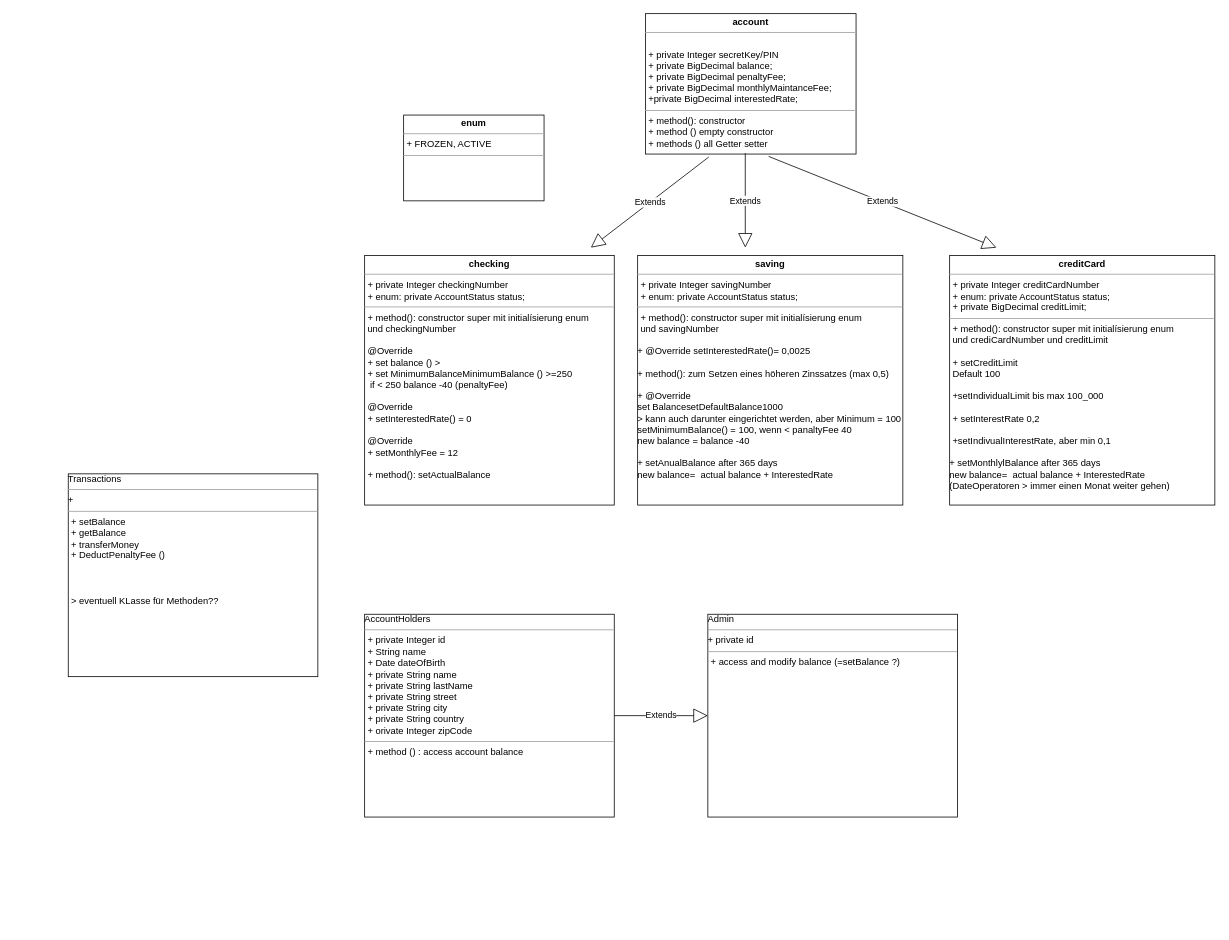
JFHI/Midterm_Bankingsystem keeps this draw.io diagram as Untitled Diagram.drawio. Above is the earlier version. Source tidied: cells renumbered, new cells numbered last; positions are measured from the earlier drawing's top-left corner, leaving out a move shared by most shapes. Both pictures are drawn from the tidied source at 78%, with x=0, y=0 at pixel (68, 13).
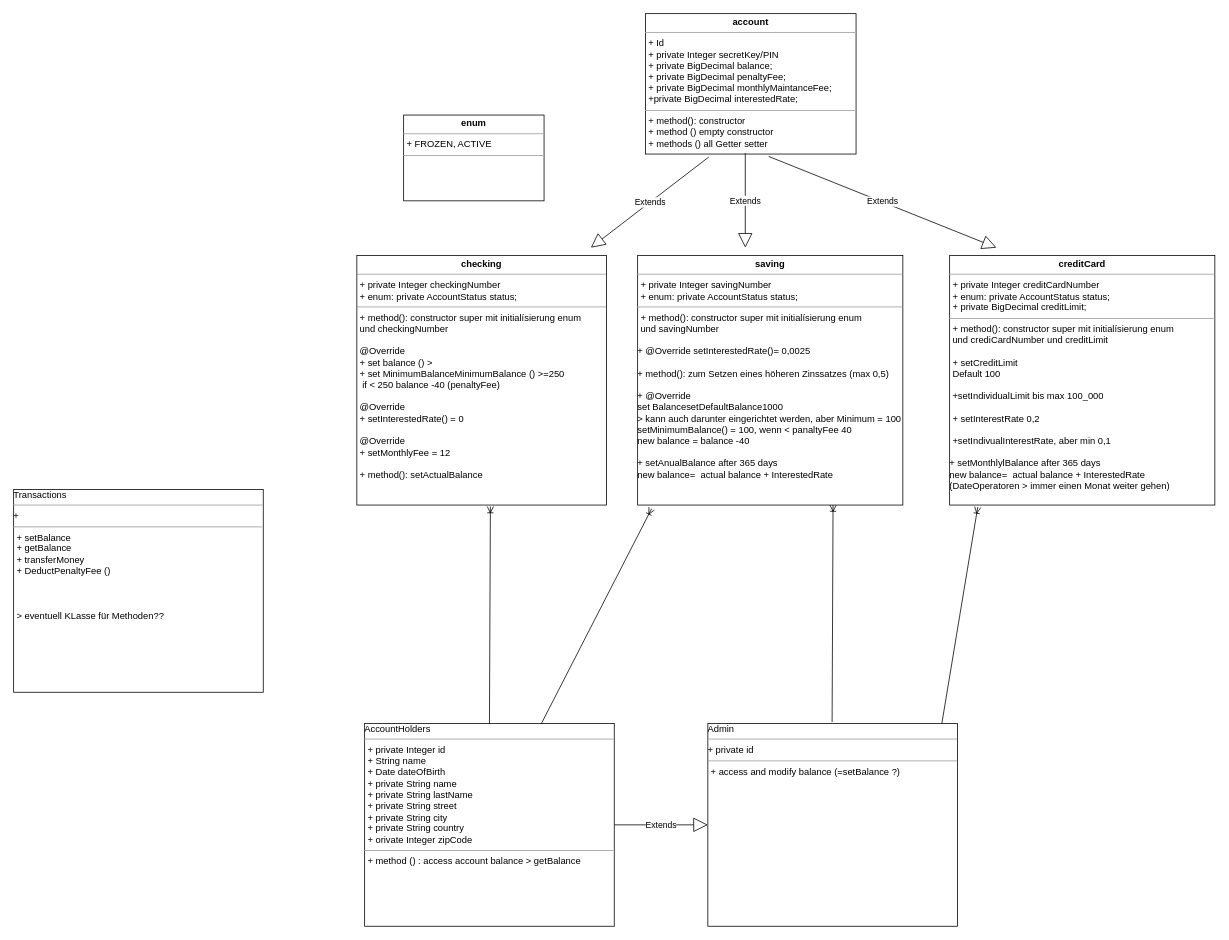
Above is the later version.

The change refers to these unchanged cells:
```xml
<mxCell id="5" value="&lt;p style=&quot;margin: 0px ; margin-top: 4px ; text-align: center&quot;&gt;&lt;b&gt;saving&lt;/b&gt;&lt;br&gt;&lt;/p&gt;&lt;hr size=&quot;1&quot;&gt;&lt;p style=&quot;margin: 0px ; margin-left: 4px&quot;&gt;+ private Integer savingNumber&lt;br&gt;&lt;/p&gt;&lt;p style=&quot;margin: 0px ; margin-left: 4px&quot;&gt;+ enum: private AccountStatus status;&lt;/p&gt;&lt;hr size=&quot;1&quot;&gt;&lt;p style=&quot;margin: 0px ; margin-left: 4px&quot;&gt;+ method(): constructor super mit initialísierung enum&lt;/p&gt;&lt;p style=&quot;margin: 0px ; margin-left: 4px&quot;&gt;und savingNumber&lt;/p&gt;&lt;p style=&quot;margin: 0px ; margin-left: 4px&quot;&gt;&lt;br&gt;&lt;/p&gt;&lt;div&gt;+ @Override setInterestedRate()= 0,0025&lt;/div&gt;&lt;div&gt;&lt;br&gt;&lt;/div&gt;&lt;div&gt;+ method(): zum Setzen eines höheren Zinssatzes (max 0,5)&lt;/div&gt;&lt;div&gt;&lt;br&gt;&lt;/div&gt;&lt;div&gt;+ @Override &lt;br&gt;&lt;/div&gt;&lt;div&gt;set BalancesetDefaultBalance1000&lt;/div&gt;&lt;div&gt;&amp;gt; kann auch darunter eingerichtet werden, aber Minimum = 100&lt;/div&gt;&lt;div&gt;setMinimumBalance() = 100, wenn &amp;lt; panaltyFee 40 &lt;br&gt;&lt;/div&gt;&lt;div&gt;new balance = balance -40&lt;/div&gt;&lt;div&gt;&lt;br&gt;&lt;/div&gt;&lt;div&gt;+ setAnualBalance after 365 days&lt;/div&gt;&lt;div&gt;new balance=&amp;nbsp; actual balance + InterestedRate&lt;br&gt;&lt;/div&gt;&lt;div&gt;&lt;br&gt;&lt;/div&gt;" style="verticalAlign=top;align=left;overflow=fill;fontSize=12;fontFamily=Helvetica;html=1;" parent="1" vertex="1">
  <mxGeometry x="730" y="310" width="340" height="320" as="geometry" />
</mxCell>
<mxCell id="6" value="&lt;p style=&quot;margin: 0px ; margin-top: 4px ; text-align: center&quot;&gt;&lt;b&gt;creditCard&lt;/b&gt;&lt;br&gt;&lt;/p&gt;&lt;hr size=&quot;1&quot;&gt;&lt;p style=&quot;margin: 0px ; margin-left: 4px&quot;&gt;+ private Integer creditCardNumber&lt;br&gt;&lt;/p&gt;&lt;p style=&quot;margin: 0px ; margin-left: 4px&quot;&gt;+ enum: private AccountStatus status;&lt;/p&gt;&lt;p style=&quot;margin: 0px ; margin-left: 4px&quot;&gt;+ private BigDecimal creditLimit;&lt;br&gt;&lt;/p&gt;&lt;hr size=&quot;1&quot;&gt;&lt;p style=&quot;margin: 0px ; margin-left: 4px&quot;&gt;+ method(): constructor super mit initialísierung enum&lt;/p&gt;&lt;p style=&quot;margin: 0px ; margin-left: 4px&quot;&gt;und crediCardNumber und creditLimit&lt;/p&gt;&lt;p style=&quot;margin: 0px ; margin-left: 4px&quot;&gt;&lt;br&gt;&lt;/p&gt;&lt;p style=&quot;margin: 0px ; margin-left: 4px&quot;&gt;+ setCreditLimit &lt;br&gt;&lt;/p&gt;&lt;p style=&quot;margin: 0px ; margin-left: 4px&quot;&gt;Default 100&lt;/p&gt;&lt;p style=&quot;margin: 0px ; margin-left: 4px&quot;&gt;&lt;br&gt;&lt;/p&gt;&lt;p style=&quot;margin: 0px ; margin-left: 4px&quot;&gt;+setIndividualLimit bis max 100_000&lt;/p&gt;&lt;p style=&quot;margin: 0px ; margin-left: 4px&quot;&gt;&lt;br&gt;&lt;/p&gt;&lt;p style=&quot;margin: 0px ; margin-left: 4px&quot;&gt;+ setInterestRate 0,2&lt;/p&gt;&lt;p style=&quot;margin: 0px ; margin-left: 4px&quot;&gt;&lt;br&gt;&lt;/p&gt;&lt;p style=&quot;margin: 0px ; margin-left: 4px&quot;&gt;+setIndivualInterestRate, aber min 0,1&lt;br&gt;&lt;/p&gt;&lt;p style=&quot;margin: 0px ; margin-left: 4px&quot;&gt;&lt;br&gt;&lt;/p&gt;&lt;div&gt;&lt;div&gt;+ setMonthlylBalance after 365 days&lt;/div&gt;new balance=&amp;nbsp; actual balance + InterestedRate&lt;/div&gt;&lt;div&gt;(DateOperatoren &amp;gt; immer einen Monat weiter gehen)&lt;br&gt;&lt;/div&gt;" style="verticalAlign=top;align=left;overflow=fill;fontSize=12;fontFamily=Helvetica;html=1;" parent="1" vertex="1">
  <mxGeometry x="1130" y="310" width="340" height="320" as="geometry" />
</mxCell>
```

The edit, as a diff of the source:
```diff
@@
-    <mxCell id="2" value="&lt;p style=&quot;margin: 0px ; margin-top: 4px ; text-align: center&quot;&gt;&lt;b&gt;account&lt;/b&gt;&lt;/p&gt;&lt;hr size=&quot;1&quot;&gt;&lt;p style=&quot;margin: 0px ; margin-left: 4px&quot;&gt;&lt;br&gt;&lt;/p&gt;&lt;p style=&quot;margin: 0px ; margin-left: 4px&quot;&gt;+ private Integer secretKey/PIN&lt;/p&gt;&lt;p style=&quot;margin: 0px ; margin-left: 4px&quot;&gt;+ private BigDecimal balance;&lt;/p&gt;&lt;p style=&quot;margin: 0px ; margin-left: 4px&quot;&gt;+ private BigDecimal penaltyFee;&lt;/p&gt;&lt;p style=&quot;margin: 0px ; margin-left: 4px&quot;&gt;+ private BigDecimal monthlyMaintanceFee;&lt;br&gt;+private BigDecimal interestedRate;&lt;/p&gt;&lt;hr size=&quot;1&quot;&gt;&lt;p style=&quot;margin: 0px ; margin-left: 4px&quot;&gt;+ method(): constructor&lt;/p&gt;&lt;p style=&quot;margin: 0px ; margin-left: 4px&quot;&gt;+ method () empty constructor&lt;/p&gt;&lt;p style=&quot;margin: 0px ; margin-left: 4px&quot;&gt;+ methods () all Getter setter&lt;/p&gt;&lt;p style=&quot;margin: 0px ; margin-left: 4px&quot;&gt;&lt;br&gt;&lt;/p&gt;&lt;p style=&quot;margin: 0px ; margin-left: 4px&quot;&gt;&lt;br&gt;&lt;/p&gt;" style="verticalAlign=top;align=left;overflow=fill;fontSize=12;fontFamily=Helvetica;html=1;" parent="1" vertex="1">
+    <mxCell id="2" value="&lt;p style=&quot;margin: 0px ; margin-top: 4px ; text-align: center&quot;&gt;&lt;b&gt;account&lt;/b&gt;&lt;/p&gt;&lt;hr size=&quot;1&quot;&gt;&lt;p style=&quot;margin: 0px ; margin-left: 4px&quot;&gt;+ Id&lt;br&gt;&lt;/p&gt;&lt;p style=&quot;margin: 0px ; margin-left: 4px&quot;&gt;+ private Integer secretKey/PIN&lt;/p&gt;&lt;p style=&quot;margin: 0px ; margin-left: 4px&quot;&gt;+ private BigDecimal balance;&lt;/p&gt;&lt;p style=&quot;margin: 0px ; margin-left: 4px&quot;&gt;+ private BigDecimal penaltyFee;&lt;/p&gt;&lt;p style=&quot;margin: 0px ; margin-left: 4px&quot;&gt;+ private BigDecimal monthlyMaintanceFee;&lt;br&gt;+private BigDecimal interestedRate;&lt;/p&gt;&lt;hr size=&quot;1&quot;&gt;&lt;p style=&quot;margin: 0px ; margin-left: 4px&quot;&gt;+ method(): constructor&lt;/p&gt;&lt;p style=&quot;margin: 0px ; margin-left: 4px&quot;&gt;+ method () empty constructor&lt;/p&gt;&lt;p style=&quot;margin: 0px ; margin-left: 4px&quot;&gt;+ methods () all Getter setter&lt;/p&gt;&lt;p style=&quot;margin: 0px ; margin-left: 4px&quot;&gt;&lt;br&gt;&lt;/p&gt;&lt;p style=&quot;margin: 0px ; margin-left: 4px&quot;&gt;&lt;br&gt;&lt;/p&gt;" style="verticalAlign=top;align=left;overflow=fill;fontSize=12;fontFamily=Helvetica;html=1;" parent="1" vertex="1">
       <mxGeometry x="740" width="270" height="180" as="geometry" />
     </mxCell>
     <mxCell id="3" value="&lt;p style=&quot;margin: 0px ; margin-top: 4px ; text-align: center&quot;&gt;&lt;b&gt;checking&lt;/b&gt;&lt;br&gt;&lt;/p&gt;&lt;hr size=&quot;1&quot;&gt;&lt;p style=&quot;margin: 0px ; margin-left: 4px&quot;&gt;+ private Integer checkingNumber&lt;br&gt;&lt;/p&gt;&lt;p style=&quot;margin: 0px ; margin-left: 4px&quot;&gt;+ enum: private AccountStatus status;&lt;/p&gt;&lt;hr size=&quot;1&quot;&gt;&lt;p style=&quot;margin: 0px ; margin-left: 4px&quot;&gt;+ method(): constructor super mit initialísierung enum &lt;br&gt;&lt;/p&gt;&lt;p style=&quot;margin: 0px ; margin-left: 4px&quot;&gt;und checkingNumber&lt;br&gt;&lt;/p&gt;&lt;p style=&quot;margin: 0px ; margin-left: 4px&quot;&gt;&lt;br&gt;&lt;/p&gt;&lt;p style=&quot;margin: 0px ; margin-left: 4px&quot;&gt;@Override&lt;br&gt;&lt;/p&gt;&lt;p style=&quot;margin: 0px ; margin-left: 4px&quot;&gt;+ set balance () &amp;gt;&amp;nbsp; &lt;br&gt;&lt;/p&gt;&lt;p style=&quot;margin: 0px ; margin-left: 4px&quot;&gt;+ set MinimumBalanceMinimumBalance () &amp;gt;=250&lt;/p&gt;&lt;p style=&quot;margin: 0px ; margin-left: 4px&quot;&gt;&lt;span style=&quot;white-space: pre&quot;&gt; &lt;/span&gt;if &amp;lt; 250 balance -40 (penaltyFee)&lt;br&gt;&lt;/p&gt;&lt;p style=&quot;margin: 0px ; margin-left: 4px&quot;&gt;&lt;br&gt;&lt;/p&gt;&lt;p style=&quot;margin: 0px ; margin-left: 4px&quot;&gt;@Override&lt;br&gt;&lt;/p&gt;&lt;p style=&quot;margin: 0px ; margin-left: 4px&quot;&gt;+ setInterestedRate() = 0&lt;/p&gt;&lt;p style=&quot;margin: 0px ; margin-left: 4px&quot;&gt;&lt;br&gt;&lt;/p&gt;&lt;p style=&quot;margin: 0px ; margin-left: 4px&quot;&gt;@Override&lt;/p&gt;&lt;p style=&quot;margin: 0px ; margin-left: 4px&quot;&gt;+ setMonthlyFee = 12&lt;/p&gt;&lt;p style=&quot;margin: 0px ; margin-left: 4px&quot;&gt;&lt;br&gt;&lt;/p&gt;&lt;p style=&quot;margin: 0px ; margin-left: 4px&quot;&gt;+ method(): setActualBalance&lt;br&gt;&lt;/p&gt;" style="verticalAlign=top;align=left;overflow=fill;fontSize=12;fontFamily=Helvetica;html=1;" parent="1" vertex="1">
-      <mxGeometry x="380" y="310" width="320" height="320" as="geometry" />
+      <mxGeometry x="370" y="310" width="320" height="320" as="geometry" />
     </mxCell>
@@
-    <mxCell id="10" value="AccountHolders&lt;hr size=&quot;1&quot;&gt;&lt;p style=&quot;margin: 0px ; margin-left: 4px&quot;&gt;+ private Integer id&lt;/p&gt;&lt;p style=&quot;margin: 0px ; margin-left: 4px&quot;&gt;+ String name&lt;/p&gt;&lt;p style=&quot;margin: 0px ; margin-left: 4px&quot;&gt;+ Date dateOfBirth&lt;/p&gt;&lt;p style=&quot;margin: 0px ; margin-left: 4px&quot;&gt;+ private String name&lt;/p&gt;&lt;p style=&quot;margin: 0px ; margin-left: 4px&quot;&gt;+ private String lastName&lt;/p&gt;&lt;p style=&quot;margin: 0px ; margin-left: 4px&quot;&gt;+ private String street&lt;/p&gt;&lt;p style=&quot;margin: 0px ; margin-left: 4px&quot;&gt;+ private String city&lt;/p&gt;&lt;p style=&quot;margin: 0px ; margin-left: 4px&quot;&gt;+ private String country&lt;/p&gt;&lt;p style=&quot;margin: 0px ; margin-left: 4px&quot;&gt;+ orivate Integer zipCode&lt;br&gt;&lt;/p&gt;&lt;hr size=&quot;1&quot;&gt;&lt;p style=&quot;margin: 0px ; margin-left: 4px&quot;&gt;+ method () : access account balance&lt;br&gt;&lt;/p&gt;" style="verticalAlign=top;align=left;overflow=fill;fontSize=12;fontFamily=Helvetica;html=1;" parent="1" vertex="1">
-      <mxGeometry x="380" y="770" width="320" height="260" as="geometry" />
+    <mxCell id="10" value="AccountHolders&lt;hr size=&quot;1&quot;&gt;&lt;p style=&quot;margin: 0px ; margin-left: 4px&quot;&gt;+ private Integer id&lt;/p&gt;&lt;p style=&quot;margin: 0px ; margin-left: 4px&quot;&gt;+ String name&lt;/p&gt;&lt;p style=&quot;margin: 0px ; margin-left: 4px&quot;&gt;+ Date dateOfBirth&lt;/p&gt;&lt;p style=&quot;margin: 0px ; margin-left: 4px&quot;&gt;+ private String name&lt;/p&gt;&lt;p style=&quot;margin: 0px ; margin-left: 4px&quot;&gt;+ private String lastName&lt;/p&gt;&lt;p style=&quot;margin: 0px ; margin-left: 4px&quot;&gt;+ private String street&lt;/p&gt;&lt;p style=&quot;margin: 0px ; margin-left: 4px&quot;&gt;+ private String city&lt;/p&gt;&lt;p style=&quot;margin: 0px ; margin-left: 4px&quot;&gt;+ private String country&lt;/p&gt;&lt;p style=&quot;margin: 0px ; margin-left: 4px&quot;&gt;+ orivate Integer zipCode&lt;br&gt;&lt;/p&gt;&lt;hr size=&quot;1&quot;&gt;&lt;p style=&quot;margin: 0px ; margin-left: 4px&quot;&gt;+ method () : access account balance &amp;gt; getBalance&lt;br&gt;&lt;/p&gt;" style="verticalAlign=top;align=left;overflow=fill;fontSize=12;fontFamily=Helvetica;html=1;" parent="1" vertex="1">
+      <mxGeometry x="380" y="910" width="320" height="260" as="geometry" />
     </mxCell>
     <mxCell id="11" value="Admin&lt;hr size=&quot;1&quot;&gt;+ private id&lt;br&gt;&lt;hr size=&quot;1&quot;&gt;&lt;p style=&quot;margin: 0px ; margin-left: 4px&quot;&gt;+ access and modify balance (=setBalance ?)&lt;br&gt;&lt;/p&gt;" style="verticalAlign=top;align=left;overflow=fill;fontSize=12;fontFamily=Helvetica;html=1;" parent="1" vertex="1">
-      <mxGeometry x="820" y="770" width="320" height="260" as="geometry" />
+      <mxGeometry x="820" y="910" width="320" height="260" as="geometry" />
     </mxCell>
@@
     <mxCell id="13" value="Transactions&lt;br&gt;&lt;hr size=&quot;1&quot;&gt;+ &lt;br&gt;&lt;hr size=&quot;1&quot;&gt;&lt;p style=&quot;margin: 0px ; margin-left: 4px&quot;&gt;+ setBalance&lt;/p&gt;&lt;p style=&quot;margin: 0px ; margin-left: 4px&quot;&gt;+ getBalance&lt;br&gt;&lt;/p&gt;&lt;p style=&quot;margin: 0px ; margin-left: 4px&quot;&gt;+ transferMoney&lt;/p&gt;&lt;p style=&quot;margin: 0px ; margin-left: 4px&quot;&gt;+ DeductPenaltyFee ()&lt;/p&gt;&lt;p style=&quot;margin: 0px ; margin-left: 4px&quot;&gt;&lt;br&gt;&lt;/p&gt;&lt;p style=&quot;margin: 0px ; margin-left: 4px&quot;&gt;&lt;br&gt;&lt;/p&gt;&lt;p style=&quot;margin: 0px ; margin-left: 4px&quot;&gt;&lt;br&gt;&lt;/p&gt;&lt;p style=&quot;margin: 0px ; margin-left: 4px&quot;&gt;&amp;gt; eventuell KLasse für Methoden??&lt;br&gt;&lt;/p&gt;" style="verticalAlign=top;align=left;overflow=fill;fontSize=12;fontFamily=Helvetica;html=1;" parent="1" vertex="1">
-      <mxGeometry y="590" width="320" height="260" as="geometry" />
+      <mxGeometry x="-70" y="610" width="320" height="260" as="geometry" />
     </mxCell>
+    <mxCell id="14" style="fontSize=12;html=1;endArrow=ERoneToMany;exitX=0.5;exitY=0;exitDx=0;exitDy=0;entryX=0.535;entryY=1.006;entryDx=0;entryDy=0;entryPerimeter=0;" parent="1" edge="1" source="10" target="3">
+      <mxGeometry relative="1" as="geometry" />
+    </mxCell>
+    <mxCell id="15" style="fontSize=12;html=1;endArrow=ERoneToMany;entryX=0.053;entryY=1.014;entryDx=0;entryDy=0;entryPerimeter=0;" parent="1" edge="1" source="10" target="5">
+      <mxGeometry relative="1" as="geometry" />
+    </mxCell>
+    <mxCell id="16" style="fontSize=12;html=1;endArrow=ERoneToMany;exitX=0.5;exitY=0;exitDx=0;exitDy=0;entryX=0.535;entryY=1.006;entryDx=0;entryDy=0;entryPerimeter=0;" parent="1" edge="1">
+      <mxGeometry relative="1" as="geometry">
+        <mxPoint x="979.3" y="908.1" as="sourcePoint" />
+        <mxPoint x="980.5" y="630" as="targetPoint" />
+      </mxGeometry>
+    </mxCell>
+    <mxCell id="17" style="fontSize=12;html=1;endArrow=ERoneToMany;exitX=0.5;exitY=0;exitDx=0;exitDy=0;entryX=0.106;entryY=1.008;entryDx=0;entryDy=0;entryPerimeter=0;" parent="1" edge="1" target="6">
+      <mxGeometry relative="1" as="geometry">
+        <mxPoint x="1120" y="910" as="sourcePoint" />
+      </mxGeometry>
+    </mxCell>
```
